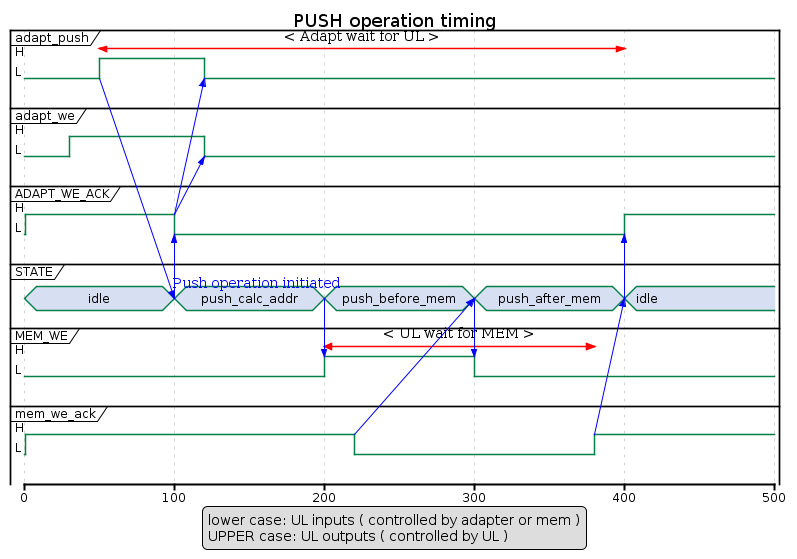
bukodi/acu_stack keeps this PlantUML diagram as spec/timing_push.png. Above is the earlier version. Its diagram source:
```plantuml
@startuml


Title PUSH operation timing

legend
lower case: UL inputs ( controlled by adapter or mem )
UPPER case: UL outputs ( controlled by UL )
end legend

robust "adapt_push" as AP
robust "adapt_we" as AWE
robust "ADAPT_WE_ACK" as AWEACK
concise "STATE" as ST
robust "MEM_WE" as MWE
robust "mem_we_ack" as MWEACK

scale 100 as 150 pixels


@0
AWE is L
AWEACK is L
AP is L
ST is idle
MWE is L
MWEACK is L

@1
AWEACK is H
MWEACK is H

@30
AWE is H

@50
AP is H
AP -> ST@+50 : Push operation initiated

@100
ST is push_calc_addr
AWEACK is L
ST -> AWEACK
AWEACK -> AWE@+20
AWEACK -> AP@+20

@120
AWE is L
AP is L

@200
MWE is H
ST is push_before_mem
ST -> MWE

@220
MWEACK is L
MWEACK -> ST@+80

@300
ST is push_after_mem
MWE is L
ST -> MWE

@380
MWEACK is H
MWEACK -> ST@+20

@400
ST is idle
AWEACK is H
ST -> AWEACK


@MWE
@200 <-> @380 : < UL wait for MEM >

@AP
@50 <-> @400 : < Adapt wait for UL >
@enduml
```
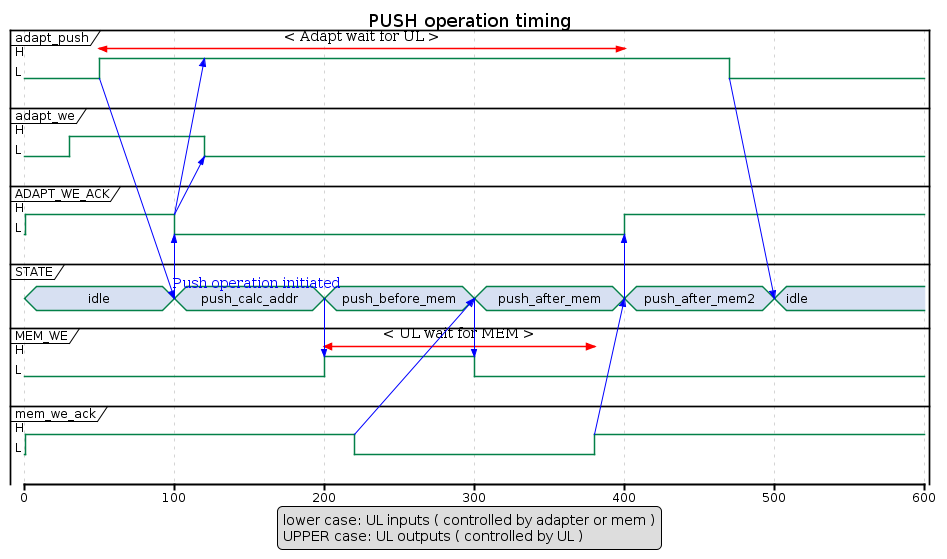
Above is the later version.

Diff of the diagram source:
```diff
@@ -19,9 +19,9 @@
 
 
 @0
+AP is L
 AWE is L
 AWEACK is L
-AP is L
 ST is idle
 MWE is L
 MWEACK is L
@@ -46,7 +46,6 @@
 
 @120
 AWE is L
-AP is L
 
 @200
 MWE is H
@@ -67,9 +66,16 @@
 MWEACK -> ST@+20
 
 @400
-ST is idle
+ST is push_after_mem2
 AWEACK is H
 ST -> AWEACK
+
+@470
+AP is L
+AP -> ST@+30
+
+@500
+ST is idle
 
 
 @MWE
```
